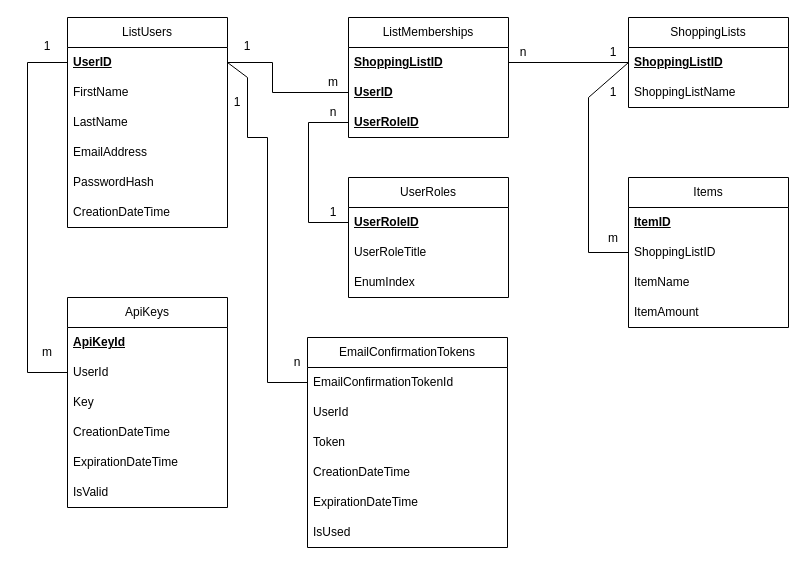
This is Docs/Shopping_List_Database_Draft_Schema_V2.drawio from BS-Portfolio/DotShoppingList, a draw.io file, before an edit. Source tidied: cells renumbered, new cells numbered last; positions are measured from the earlier drawing's top-left corner, leaving out a move shared by most shapes. Both pictures are drawn from the tidied source at 100%, with x=0, y=0 at pixel (17, 17).
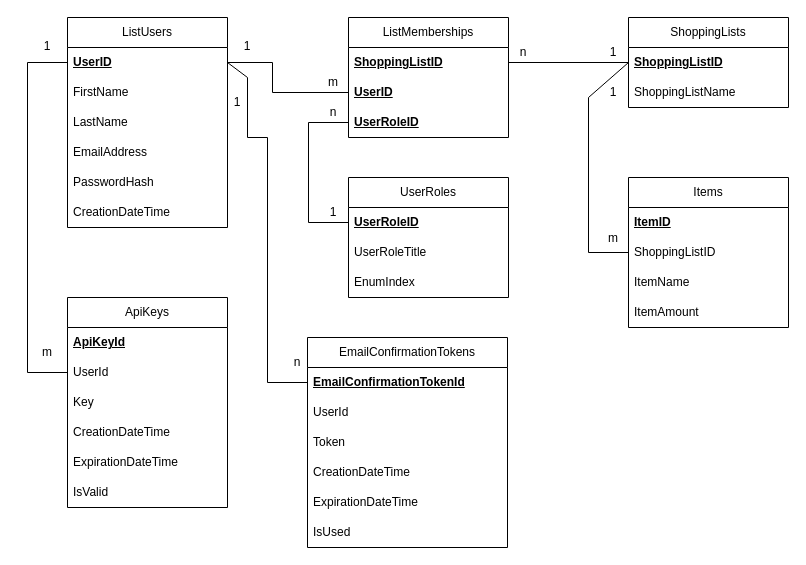
Above is the later version.

The change refers to these unchanged cells:
```xml
<mxCell id="47" value="EmailConfirmationTokens" style="swimlane;fontStyle=0;horizontal=1;startSize=30;whiteSpace=wrap;html=1;" parent="1" vertex="1">
  <mxGeometry x="290" y="320" width="200" height="210" as="geometry" />
</mxCell>
```

The edit, as a diff of the source:
```diff
@@
-    <mxCell id="48" value="EmailConfirmationTokenId" style="text;strokeColor=none;fillColor=none;align=left;verticalAlign=middle;spacingLeft=4;spacingRight=4;overflow=hidden;points=[[0,0.5],[1,0.5]];portConstraint=eastwest;whiteSpace=wrap;html=1;" parent="47" vertex="1">
+    <mxCell id="48" value="EmailConfirmationTokenId" style="text;strokeColor=none;fillColor=none;align=left;verticalAlign=middle;spacingLeft=4;spacingRight=4;overflow=hidden;points=[[0,0.5],[1,0.5]];portConstraint=eastwest;whiteSpace=wrap;html=1;fontStyle=5;" parent="47" vertex="1">
       <mxGeometry y="30" width="200" height="30" as="geometry" />
     </mxCell>
```
